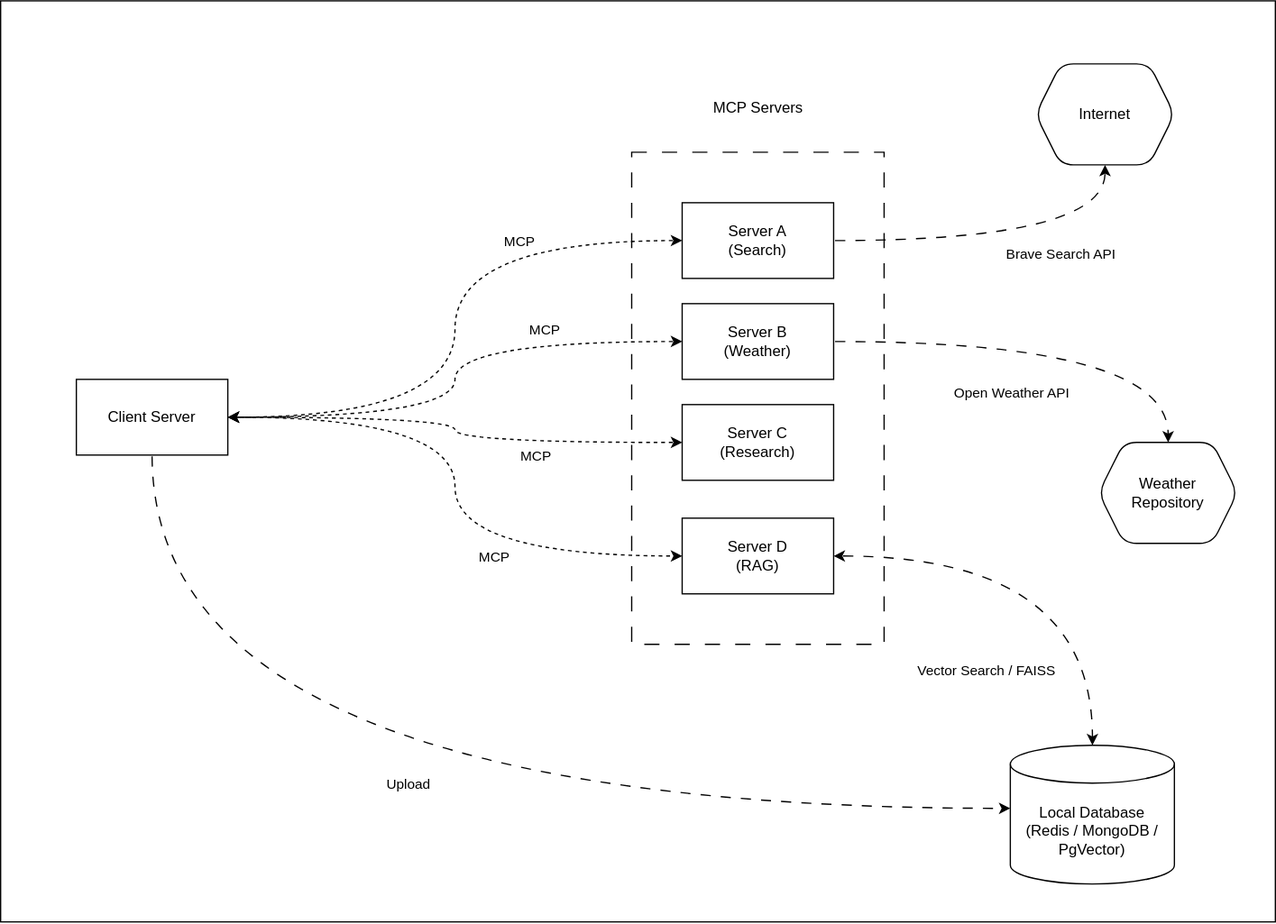
Earlier version of the draw.io export mcp.drawio.svg (AditHash/Gemini-Router). Source tidied: cells renumbered, new cells last; positions are measured from the earlier drawing's top-left corner, leaving out a move shared by most shapes. The source it was exported from:
```xml
<mxGraphModel>
  <root>
    <mxCell id="0" />
    <mxCell id="1" parent="0" />
    <mxCell id="2" style="rounded=0;whiteSpace=wrap;html=1;" parent="1" vertex="1">
      <mxGeometry width="1010" height="730" as="geometry" />
    </mxCell>
    <mxCell id="3" style="rounded=0;whiteSpace=wrap;html=1;dashed=1;dashPattern=12 12;" parent="1" vertex="1">
      <mxGeometry x="500" y="120" width="200" height="390" as="geometry" />
    </mxCell>
    <mxCell id="4" style="edgeStyle=orthogonalEdgeStyle;rounded=0;jettySize=auto;html=1;entryX=0;entryY=0.5;entryDx=0;entryDy=0;curved=1;startArrow=classic;startFill=1;dashed=1;flowAnimation=1;" parent="1" edge="1" source="8" target="24">
      <mxGeometry relative="1" as="geometry" />
    </mxCell>
    <mxCell id="5" value="MCP" style="edgeLabel;html=1;align=center;verticalAlign=middle;" parent="4" vertex="1">
      <mxGeometry x="0.09" y="4" relative="1" as="geometry">
        <mxPoint x="26" y="34" as="offset" />
      </mxGeometry>
    </mxCell>
    <mxCell id="6" style="edgeStyle=orthogonalEdgeStyle;rounded=0;jettySize=auto;html=1;curved=1;flowAnimation=1;" parent="1" edge="1" source="8" target="25">
      <mxGeometry relative="1" as="geometry">
        <Array as="points">
          <mxPoint x="120" y="640" />
        </Array>
      </mxGeometry>
    </mxCell>
    <mxCell id="7" value="Upload" style="edgeLabel;html=1;align=center;verticalAlign=middle;" parent="6" vertex="1">
      <mxGeometry x="0.16" y="-6" relative="1" as="geometry">
        <mxPoint x="-74" y="-26" as="offset" />
      </mxGeometry>
    </mxCell>
    <mxCell id="8" value="Client Server" style="rounded=0;whiteSpace=wrap;html=1;" parent="1" vertex="1">
      <mxGeometry x="60" y="300" width="120" height="60" as="geometry" />
    </mxCell>
    <mxCell id="9" style="edgeStyle=orthogonalEdgeStyle;rounded=0;jettySize=auto;html=1;entryX=1;entryY=0.5;entryDx=0;entryDy=0;curved=1;startArrow=classic;startFill=1;flowAnimation=1;dashed=1;" parent="1" edge="1" source="13" target="8">
      <mxGeometry relative="1" as="geometry" />
    </mxCell>
    <mxCell id="10" value="MCP" style="edgeLabel;html=1;align=center;verticalAlign=middle;" parent="9" vertex="1">
      <mxGeometry x="-0.13" y="8" relative="1" as="geometry">
        <mxPoint x="42" y="-36" as="offset" />
      </mxGeometry>
    </mxCell>
    <mxCell id="11" style="edgeStyle=orthogonalEdgeStyle;rounded=0;jettySize=auto;html=1;curved=1;flowAnimation=1;" parent="1" edge="1" source="13" target="26">
      <mxGeometry relative="1" as="geometry" />
    </mxCell>
    <mxCell id="12" value="Brave Search API" style="edgeLabel;html=1;align=center;verticalAlign=middle;" parent="11" vertex="1">
      <mxGeometry x="-0.1" y="-5" relative="1" as="geometry">
        <mxPoint x="56" y="5" as="offset" />
      </mxGeometry>
    </mxCell>
    <mxCell id="13" value="&lt;div&gt;Server A&lt;/div&gt;&lt;div&gt;(Search)&lt;/div&gt;" style="rounded=0;whiteSpace=wrap;html=1;" parent="1" vertex="1">
      <mxGeometry x="540" y="160" width="120" height="60" as="geometry" />
    </mxCell>
    <mxCell id="14" style="edgeStyle=orthogonalEdgeStyle;rounded=0;jettySize=auto;html=1;curved=1;startArrow=classic;startFill=1;dashed=1;flowAnimation=1;" parent="1" edge="1" source="18" target="8">
      <mxGeometry relative="1" as="geometry" />
    </mxCell>
    <mxCell id="15" value="MCP" style="edgeLabel;html=1;align=center;verticalAlign=middle;" parent="14" vertex="1">
      <mxGeometry x="-0.28" y="15" relative="1" as="geometry">
        <mxPoint x="42" y="-25" as="offset" />
      </mxGeometry>
    </mxCell>
    <mxCell id="16" style="edgeStyle=orthogonalEdgeStyle;rounded=0;jettySize=auto;html=1;curved=1;flowAnimation=1;" parent="1" edge="1" source="18" target="27">
      <mxGeometry relative="1" as="geometry" />
    </mxCell>
    <mxCell id="17" value="Open Weather API" style="edgeLabel;html=1;align=center;verticalAlign=middle;" parent="16" vertex="1">
      <mxGeometry y="65" relative="1" as="geometry">
        <mxPoint x="-33" y="105" as="offset" />
      </mxGeometry>
    </mxCell>
    <mxCell id="18" value="&lt;div&gt;Server B&lt;/div&gt;&lt;div&gt;(Weather)&lt;/div&gt;" style="rounded=0;whiteSpace=wrap;html=1;" parent="1" vertex="1">
      <mxGeometry x="540" y="240" width="120" height="60" as="geometry" />
    </mxCell>
    <mxCell id="19" style="edgeStyle=orthogonalEdgeStyle;rounded=0;jettySize=auto;html=1;entryX=1;entryY=0.5;entryDx=0;entryDy=0;curved=1;startArrow=classic;startFill=1;flowAnimation=1;dashed=1;" parent="1" edge="1" source="21" target="8">
      <mxGeometry relative="1" as="geometry" />
    </mxCell>
    <mxCell id="20" value="MCP" style="edgeLabel;html=1;align=center;verticalAlign=middle;" parent="19" vertex="1">
      <mxGeometry x="-0.38" y="-1" relative="1" as="geometry">
        <mxPoint y="11" as="offset" />
      </mxGeometry>
    </mxCell>
    <mxCell id="21" value="&lt;div&gt;Server C&lt;/div&gt;&lt;div&gt;(Research)&lt;/div&gt;" style="rounded=0;whiteSpace=wrap;html=1;" parent="1" vertex="1">
      <mxGeometry x="540" y="320" width="120" height="60" as="geometry" />
    </mxCell>
    <mxCell id="22" style="edgeStyle=orthogonalEdgeStyle;rounded=0;jettySize=auto;html=1;startArrow=classic;startFill=1;curved=1;flowAnimation=1;" parent="1" edge="1" source="24" target="25">
      <mxGeometry relative="1" as="geometry" />
    </mxCell>
    <mxCell id="23" value="Vector Search / FAISS" style="edgeLabel;html=1;align=center;verticalAlign=middle;" parent="22" vertex="1">
      <mxGeometry x="-0.31" y="-3" relative="1" as="geometry">
        <mxPoint x="-2" y="87" as="offset" />
      </mxGeometry>
    </mxCell>
    <mxCell id="24" value="&lt;div&gt;Server D&lt;/div&gt;&lt;div&gt;(RAG)&lt;/div&gt;" style="rounded=0;whiteSpace=wrap;html=1;" parent="1" vertex="1">
      <mxGeometry x="540" y="410" width="120" height="60" as="geometry" />
    </mxCell>
    <mxCell id="25" value="Local Database&lt;br&gt;(Redis / MongoDB / PgVector)" style="shape=cylinder3;whiteSpace=wrap;html=1;boundedLbl=1;backgroundOutline=1;size=15;" parent="1" vertex="1">
      <mxGeometry x="800" y="590" width="130" height="110" as="geometry" />
    </mxCell>
    <mxCell id="26" value="Internet" style="shape=hexagon;perimeter=hexagonPerimeter2;whiteSpace=wrap;html=1;fixedSize=1;rounded=1;" parent="1" vertex="1">
      <mxGeometry x="820" y="50" width="110" height="80" as="geometry" />
    </mxCell>
    <mxCell id="27" value="&lt;div&gt;Weather&lt;/div&gt;&lt;div&gt;Repository&lt;/div&gt;" style="shape=hexagon;perimeter=hexagonPerimeter2;whiteSpace=wrap;html=1;fixedSize=1;rounded=1;" parent="1" vertex="1">
      <mxGeometry x="870" y="350" width="110" height="80" as="geometry" />
    </mxCell>
    <mxCell id="28" value="MCP Servers" style="text;html=1;align=center;verticalAlign=middle;strokeColor=none;fillColor=none;" parent="1" vertex="1">
      <mxGeometry x="555" y="70" width="90" height="30" as="geometry" />
    </mxCell>
  </root>
</mxGraphModel>
```
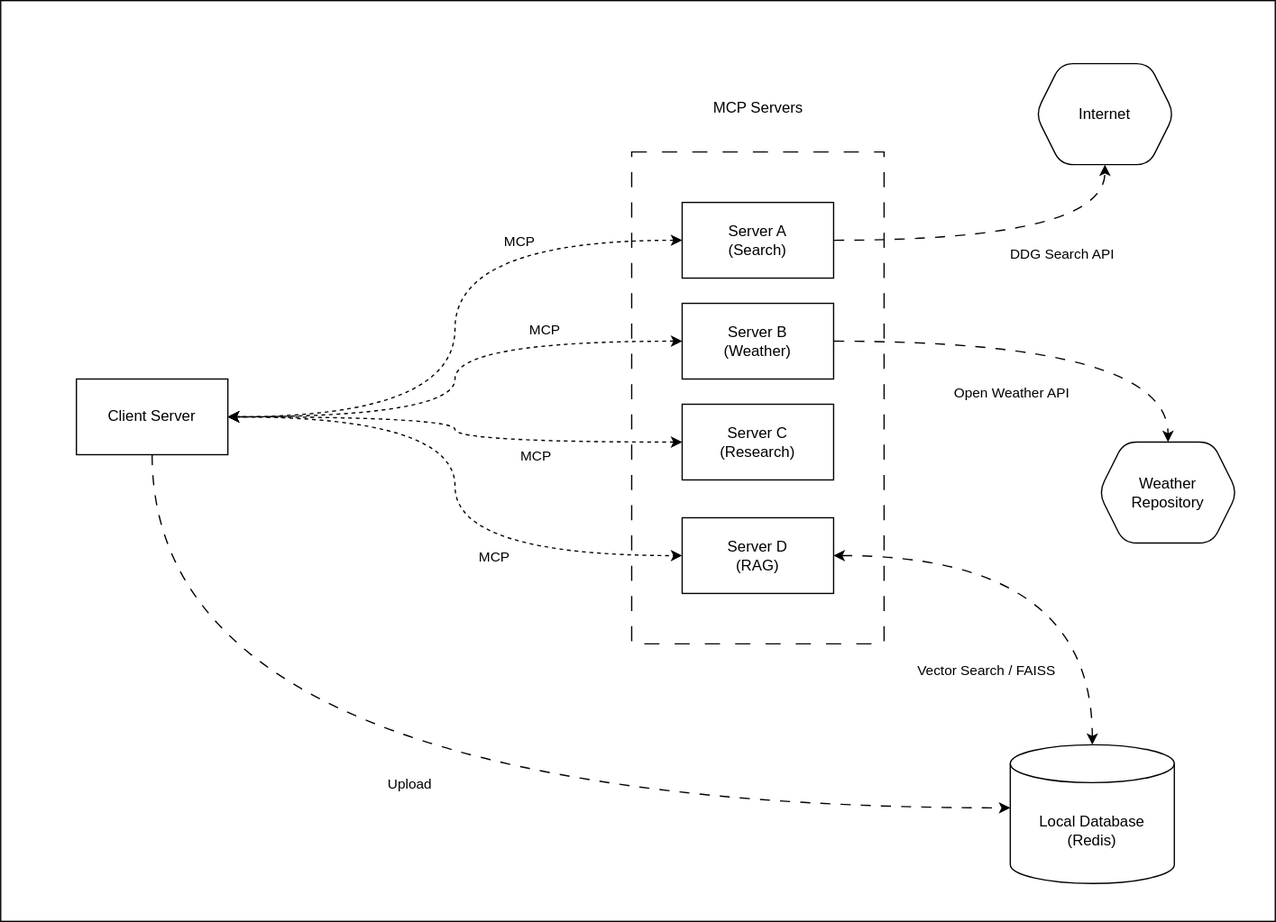
Above is the later version.

What changed in the source:
```diff
@@ -42,7 +42,7 @@
     <mxCell id="11" style="edgeStyle=orthogonalEdgeStyle;rounded=0;jettySize=auto;html=1;curved=1;flowAnimation=1;" parent="1" edge="1" source="13" target="26">
       <mxGeometry relative="1" as="geometry" />
     </mxCell>
-    <mxCell id="12" value="Brave Search API" style="edgeLabel;html=1;align=center;verticalAlign=middle;" parent="11" vertex="1">
+    <mxCell id="12" value="DDG Search API" style="edgeLabel;html=1;align=center;verticalAlign=middle;" parent="11" vertex="1">
       <mxGeometry x="-0.1" y="-5" relative="1" as="geometry">
         <mxPoint x="56" y="5" as="offset" />
       </mxGeometry>
@@ -91,7 +91,7 @@
     <mxCell id="24" value="&lt;div&gt;Server D&lt;/div&gt;&lt;div&gt;(RAG)&lt;/div&gt;" style="rounded=0;whiteSpace=wrap;html=1;" parent="1" vertex="1">
       <mxGeometry x="540" y="410" width="120" height="60" as="geometry" />
     </mxCell>
-    <mxCell id="25" value="Local Database&lt;br&gt;(Redis / MongoDB / PgVector)" style="shape=cylinder3;whiteSpace=wrap;html=1;boundedLbl=1;backgroundOutline=1;size=15;" parent="1" vertex="1">
+    <mxCell id="25" value="Local Database&lt;br&gt;(Redis)" style="shape=cylinder3;whiteSpace=wrap;html=1;boundedLbl=1;backgroundOutline=1;size=15;" parent="1" vertex="1">
       <mxGeometry x="800" y="590" width="130" height="110" as="geometry" />
     </mxCell>
     <mxCell id="26" value="Internet" style="shape=hexagon;perimeter=hexagonPerimeter2;whiteSpace=wrap;html=1;fixedSize=1;rounded=1;" parent="1" vertex="1">
```
